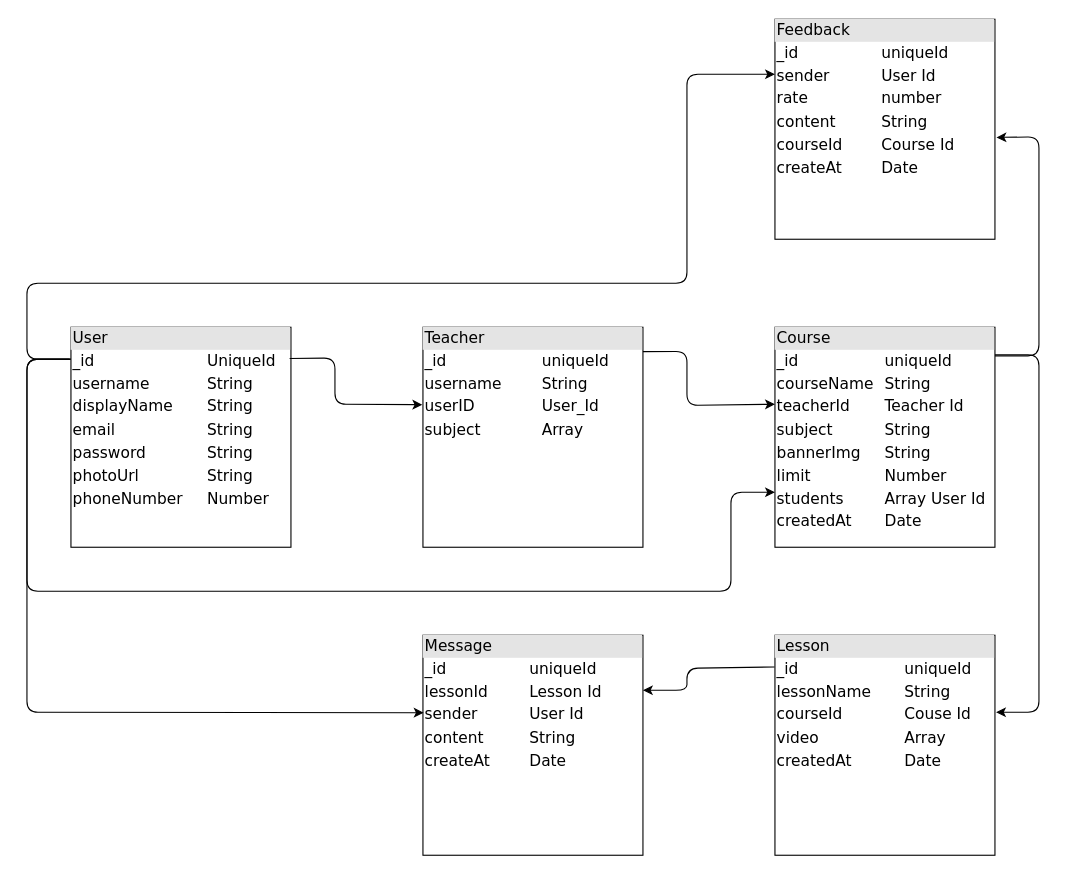
The draw.io diagram database.drawio in nguyenvanbapc66/4-chang-trai, before the edit. Source tidied: cells renumbered, new cells numbered last; positions are measured from the earlier drawing's top-left corner, leaving out a move shared by most shapes. Both pictures are drawn from the tidied source at 110%, with x=0, y=0 at pixel (26, 19).
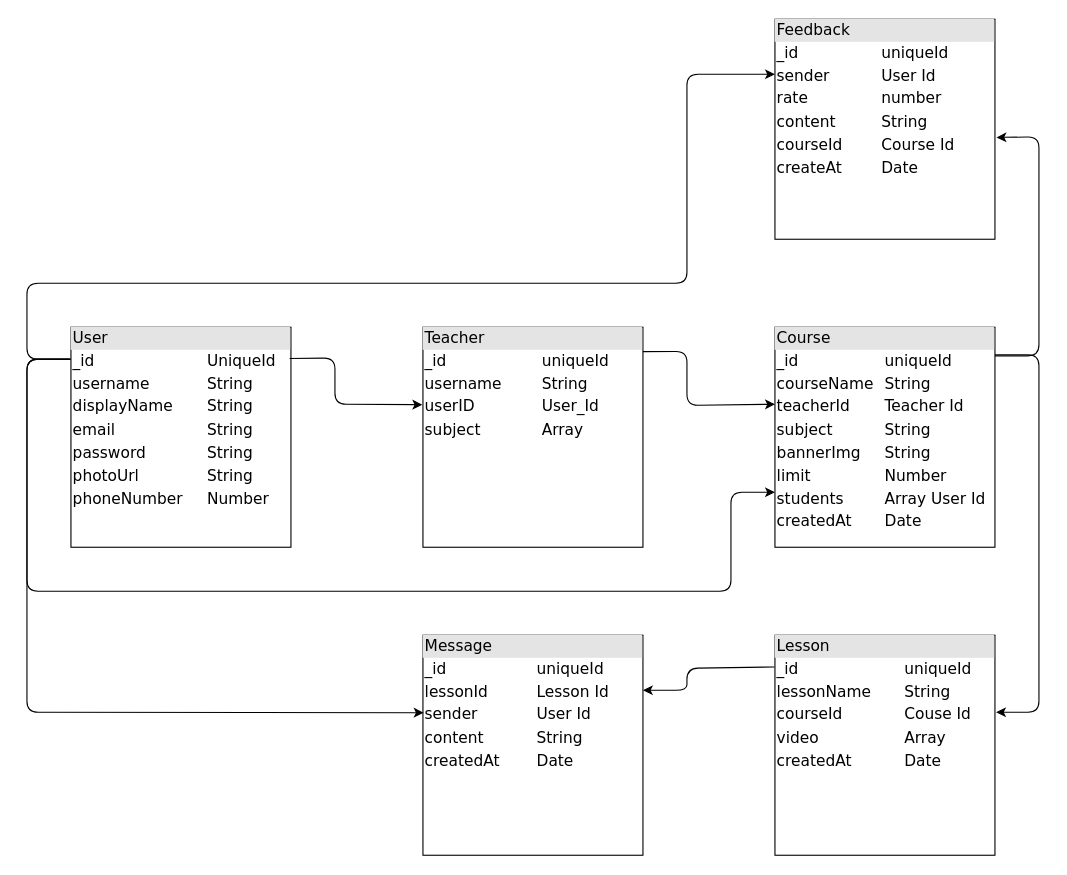
Above is the later version.

What changed in the source:
```diff
@@
-    <mxCell id="7" value="&lt;div style=&quot;box-sizing: border-box ; width: 100% ; background: rgb(228 , 228 , 228) ; padding: 2px ; font-size: 14px&quot;&gt;&lt;font style=&quot;font-size: 14px&quot;&gt;Message&lt;/font&gt;&lt;/div&gt;&lt;table style=&quot;width: 100% ; font-size: 14px&quot; cellpadding=&quot;2&quot; cellspacing=&quot;0&quot;&gt;&lt;tbody&gt;&lt;tr&gt;&lt;td&gt;&lt;font style=&quot;font-size: 14px&quot;&gt;_id&lt;/font&gt;&lt;/td&gt;&lt;td&gt;&lt;font style=&quot;font-size: 14px&quot;&gt;uniqueId&lt;/font&gt;&lt;/td&gt;&lt;/tr&gt;&lt;tr&gt;&lt;td&gt;&lt;font style=&quot;font-size: 14px&quot;&gt;lessonId&lt;/font&gt;&lt;/td&gt;&lt;td&gt;&lt;font style=&quot;font-size: 14px&quot;&gt;Lesson Id&lt;/font&gt;&lt;/td&gt;&lt;/tr&gt;&lt;tr&gt;&lt;td&gt;&lt;font style=&quot;font-size: 14px&quot;&gt;sender&lt;/font&gt;&lt;/td&gt;&lt;td&gt;&lt;font style=&quot;font-size: 14px&quot;&gt;User Id&lt;/font&gt;&lt;/td&gt;&lt;/tr&gt;&lt;tr&gt;&lt;td&gt;&lt;font style=&quot;font-size: 14px&quot;&gt;content&lt;/font&gt;&lt;/td&gt;&lt;td&gt;&lt;font style=&quot;font-size: 14px&quot;&gt;String&lt;/font&gt;&lt;/td&gt;&lt;/tr&gt;&lt;tr&gt;&lt;td&gt;&lt;font style=&quot;font-size: 14px&quot;&gt;createAt&lt;/font&gt;&lt;/td&gt;&lt;td&gt;&lt;font style=&quot;font-size: 14px&quot;&gt;Date&lt;/font&gt;&lt;/td&gt;&lt;/tr&gt;&lt;/tbody&gt;&lt;/table&gt;" style="verticalAlign=top;align=left;overflow=fill;html=1;fontFamily=Verdana;" parent="1" vertex="1">
+    <mxCell id="7" value="&lt;div style=&quot;box-sizing: border-box ; width: 100% ; background: rgb(228 , 228 , 228) ; padding: 2px ; font-size: 14px&quot;&gt;&lt;font style=&quot;font-size: 14px&quot;&gt;Message&lt;/font&gt;&lt;/div&gt;&lt;table style=&quot;width: 100% ; font-size: 14px&quot; cellpadding=&quot;2&quot; cellspacing=&quot;0&quot;&gt;&lt;tbody&gt;&lt;tr&gt;&lt;td&gt;&lt;font style=&quot;font-size: 14px&quot;&gt;_id&lt;/font&gt;&lt;/td&gt;&lt;td&gt;&lt;font style=&quot;font-size: 14px&quot;&gt;uniqueId&lt;/font&gt;&lt;/td&gt;&lt;/tr&gt;&lt;tr&gt;&lt;td&gt;&lt;font style=&quot;font-size: 14px&quot;&gt;lessonId&lt;/font&gt;&lt;/td&gt;&lt;td&gt;&lt;font style=&quot;font-size: 14px&quot;&gt;Lesson Id&lt;/font&gt;&lt;/td&gt;&lt;/tr&gt;&lt;tr&gt;&lt;td&gt;&lt;font style=&quot;font-size: 14px&quot;&gt;sender&lt;/font&gt;&lt;/td&gt;&lt;td&gt;&lt;font style=&quot;font-size: 14px&quot;&gt;User Id&lt;/font&gt;&lt;/td&gt;&lt;/tr&gt;&lt;tr&gt;&lt;td&gt;&lt;font style=&quot;font-size: 14px&quot;&gt;content&lt;/font&gt;&lt;/td&gt;&lt;td&gt;&lt;font style=&quot;font-size: 14px&quot;&gt;String&lt;/font&gt;&lt;/td&gt;&lt;/tr&gt;&lt;tr&gt;&lt;td&gt;&lt;font style=&quot;font-size: 14px&quot;&gt;createdAt&lt;/font&gt;&lt;/td&gt;&lt;td&gt;&lt;font style=&quot;font-size: 14px&quot;&gt;Date&lt;/font&gt;&lt;/td&gt;&lt;/tr&gt;&lt;/tbody&gt;&lt;/table&gt;" style="verticalAlign=top;align=left;overflow=fill;html=1;fontFamily=Verdana;" parent="1" vertex="1">
       <mxGeometry x="360" y="560" width="200" height="200" as="geometry" />
     </mxCell>
```
